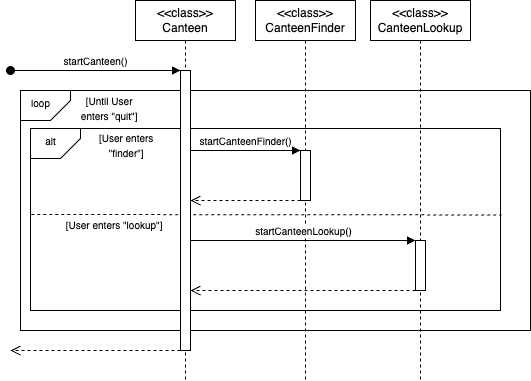
This is docs/diagrams/CanteenSequenceDiagram.drawio.png from AY2425S2-CS2113-W12-2/tp, a draw.io export, as it was before one commit. Source tidied: cells renumbered, new cells last; positions are measured from the earlier drawing's top-left corner, leaving out a move shared by most shapes.
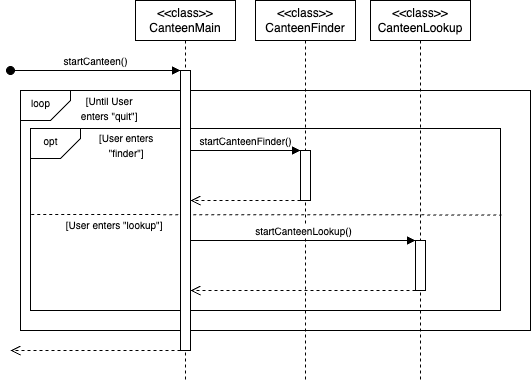
Above is the later version.

Commit message:
Change main class of canteen feature to CanteenMain

Diff of the diagram source:
```diff
@@ -11,8 +11,8 @@
     <mxCell id="4" style="shape=card;whiteSpace=wrap;html=1;rotation=90;flipV=0;flipH=1;size=20;" parent="1" vertex="1">
       <mxGeometry x="50" y="118" width="30" height="50" as="geometry" />
     </mxCell>
-    <mxCell id="5" value="&lt;font style=&quot;font-size: 10px;&quot;&gt;alt&lt;/font&gt;" style="text;html=1;align=center;verticalAlign=middle;strokeColor=none;fillColor=none;" parent="1" vertex="1">
-      <mxGeometry x="45" y="126" width="30" height="30" as="geometry" />
+    <mxCell id="5" value="&lt;font style=&quot;font-size: 10px;&quot;&gt;opt&lt;/font&gt;" style="text;html=1;align=center;verticalAlign=middle;strokeColor=none;fillColor=none;" parent="1" vertex="1">
+      <mxGeometry x="40" y="126" width="40" height="30" as="geometry" />
     </mxCell>
     <mxCell id="6" value="&lt;font style=&quot;font-size: 10px;&quot;&gt;&lt;font style=&quot;&quot;&gt;[User enters&amp;nbsp;&lt;/font&gt;&lt;/font&gt;&lt;div&gt;&lt;font style=&quot;font-size: 10px;&quot;&gt;&lt;span style=&quot;background-color: transparent; color: light-dark(rgb(0, 0, 0), rgb(255, 255, 255));&quot;&gt;&quot;finder&quot;]&amp;nbsp;&lt;/span&gt;&lt;/font&gt;&lt;/div&gt;" style="text;html=1;align=center;verticalAlign=middle;strokeColor=none;fillColor=none;" parent="1" vertex="1">
       <mxGeometry x="97" y="125" width="80" height="40" as="geometry" />
@@ -22,7 +22,7 @@
         <mxPoint x="40.8" y="214" as="sourcePoint" />
       </mxGeometry>
     </mxCell>
-    <mxCell id="8" value="&lt;div&gt;&amp;lt;&amp;lt;class&amp;gt;&amp;gt;&lt;/div&gt;Canteen" style="shape=umlLifeline;perimeter=lifelinePerimeter;whiteSpace=wrap;html=1;newEdgeStyle={&quot;edgeStyle&quot;:&quot;elbowEdgeStyle&quot;,&quot;elbow&quot;:&quot;vertical&quot;,&quot;curved&quot;:0,&quot;rounded&quot;:0};" parent="1" vertex="1">
+    <mxCell id="8" value="&lt;div&gt;&amp;lt;&amp;lt;class&amp;gt;&amp;gt;&lt;/div&gt;CanteenMain" style="shape=umlLifeline;perimeter=lifelinePerimeter;whiteSpace=wrap;html=1;newEdgeStyle={&quot;edgeStyle&quot;:&quot;elbowEdgeStyle&quot;,&quot;elbow&quot;:&quot;vertical&quot;,&quot;curved&quot;:0,&quot;rounded&quot;:0};" parent="1" vertex="1">
       <mxGeometry x="145" width="100" height="380" as="geometry" />
     </mxCell>
     <mxCell id="9" style="html=1;points=[];perimeter=orthogonalPerimeter;outlineConnect=0;targetShapes=umlLifeline;portConstraint=eastwest;newEdgeStyle={&quot;edgeStyle&quot;:&quot;elbowEdgeStyle&quot;,&quot;elbow&quot;:&quot;vertical&quot;,&quot;curved&quot;:0,&quot;rounded&quot;:0};" parent="8" vertex="1">
```
